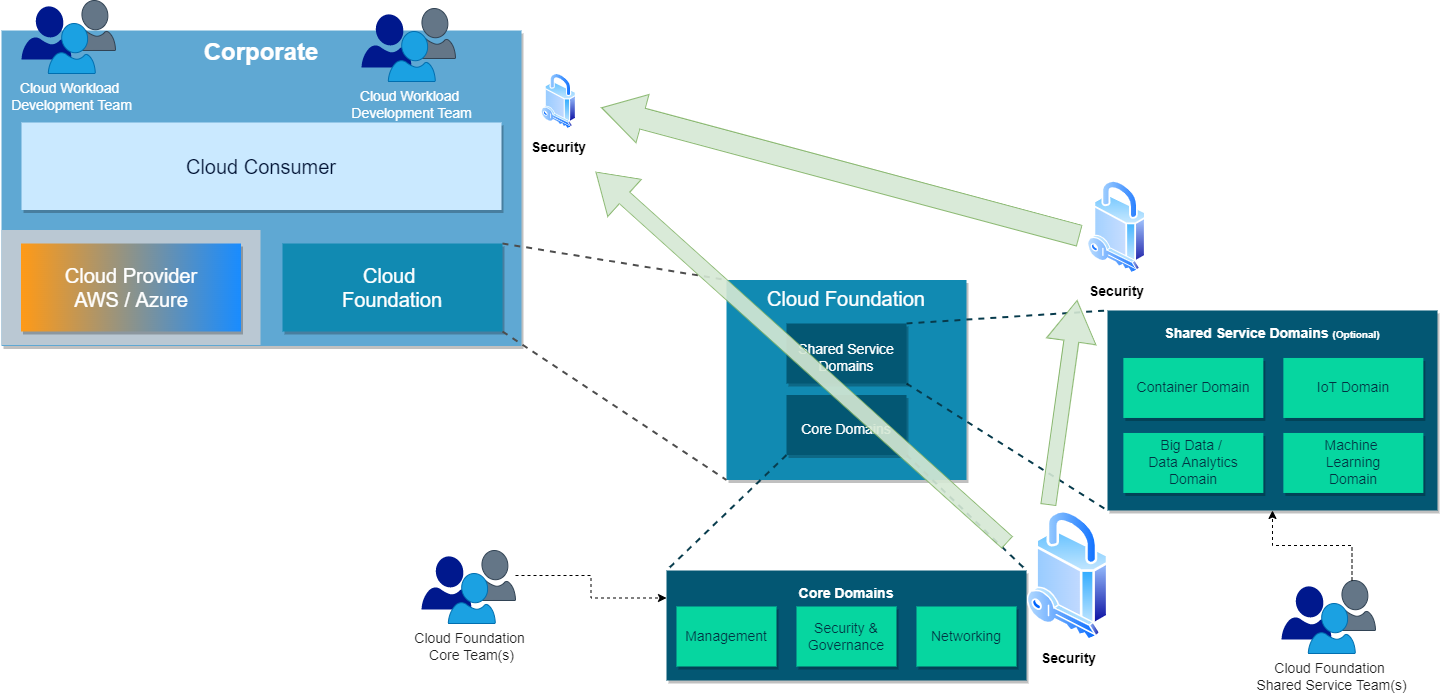
nuvibit/nuvibit.com keeps this draw.io diagram as static/images/blog/cloud-foundation-map/sample-security.png. Above is the earlier version. Source tidied: cells renumbered, new cells last; positions are measured from the earlier drawing's top-left corner, leaving out a move shared by most shapes.
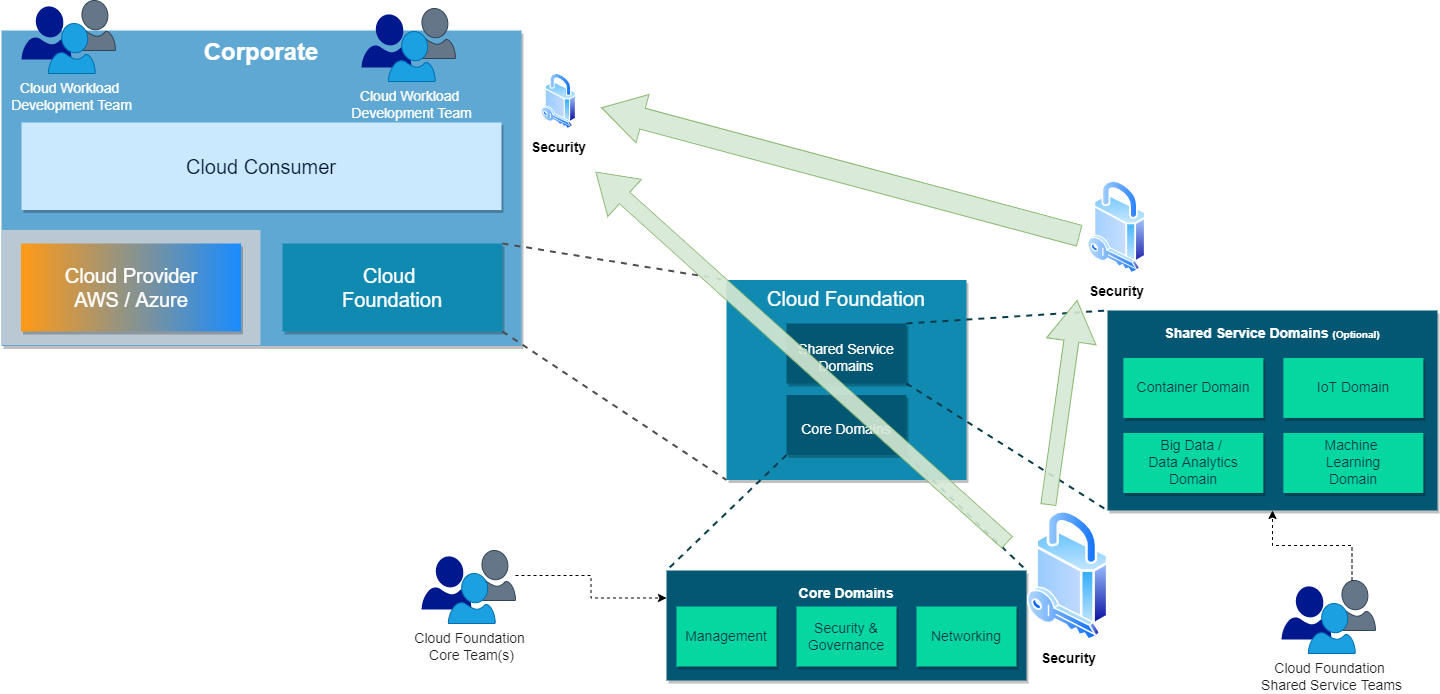
The same file after the commit.

Diff of the diagram source:
```diff
@@ -137,7 +137,7 @@
     <mxCell id="46" style="sketch=0;shadow=0;dashed=0;html=1;strokeColor=#314354;labelPosition=center;verticalLabelPosition=bottom;verticalAlign=top;align=center;fillColor=#647687;shape=mxgraph.azure.user;fontSize=14;fontColor=#ffffff;" parent="44" vertex="1">
       <mxGeometry x="47" width="47" height="50" as="geometry" />
     </mxCell>
-    <mxCell id="47" value="Cloud Foundation &lt;br&gt;Shared Service Team(s)" style="sketch=0;shadow=0;dashed=0;html=1;strokeColor=#006EAF;labelPosition=center;verticalLabelPosition=bottom;verticalAlign=top;align=center;fillColor=#1ba1e2;shape=mxgraph.azure.user;fontSize=14;fontColor=#1F1F1F;" parent="44" vertex="1">
+    <mxCell id="47" value="Cloud Foundation &lt;br&gt;Shared Service Teams" style="sketch=0;shadow=0;dashed=0;html=1;strokeColor=#006EAF;labelPosition=center;verticalLabelPosition=bottom;verticalAlign=top;align=center;fillColor=#1ba1e2;shape=mxgraph.azure.user;fontSize=14;fontColor=#1F1F1F;" parent="44" vertex="1">
       <mxGeometry x="26.8" y="23" width="47" height="50" as="geometry" />
     </mxCell>
     <mxCell id="48" style="edgeStyle=orthogonalEdgeStyle;rounded=0;jettySize=auto;html=1;fontColor=#1F1F1F;dashed=1;entryX=0.5;entryY=1;entryDx=0;entryDy=0;" parent="1" edge="1" source="46" target="12">
```
